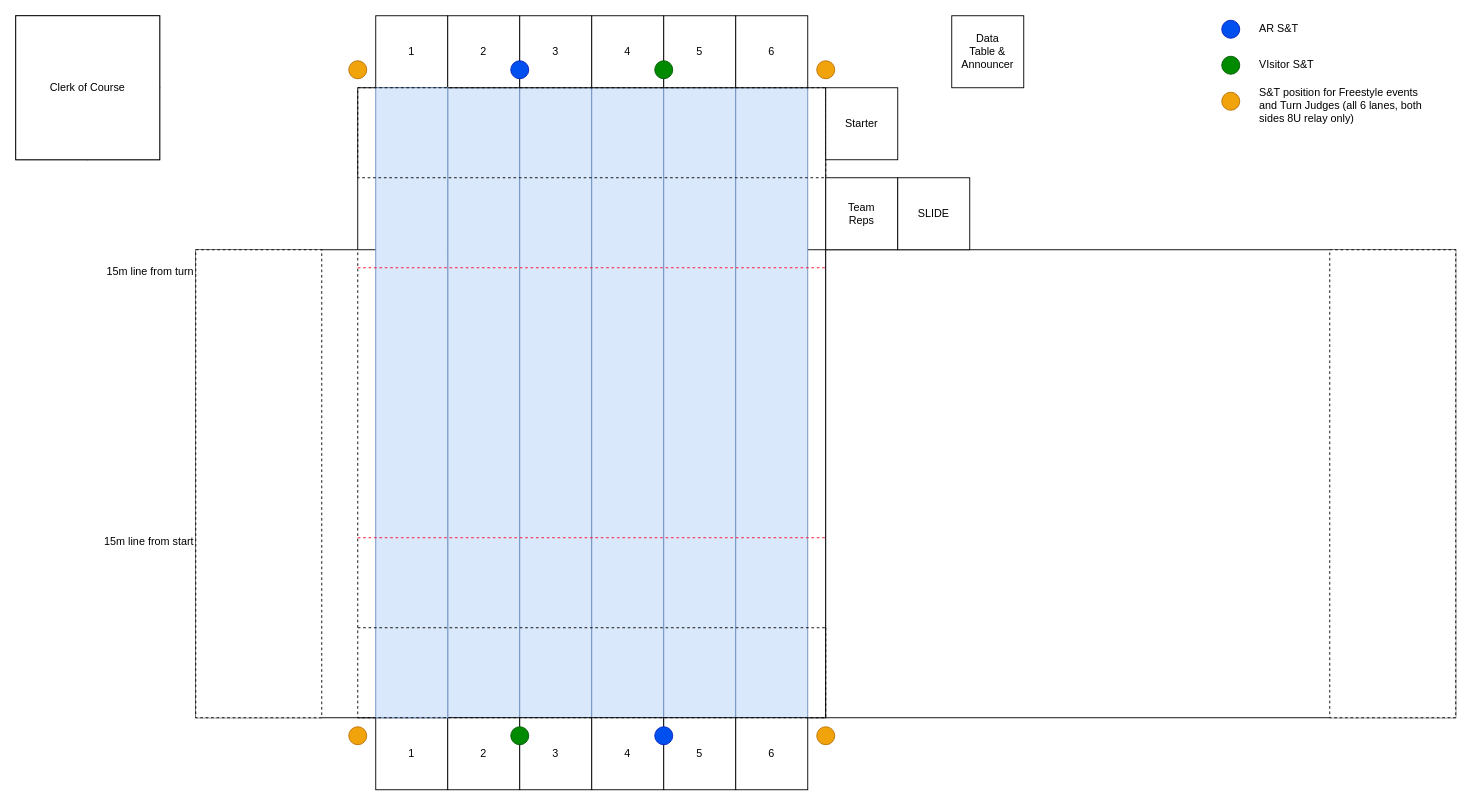
Above: images/competition-pool.drawio in dbadrak/adelphi-dolphins (draw.io), before the change. Source tidied: cells renumbered, new cells numbered last; positions are measured from the earlier drawing's top-left corner, leaving out a move shared by most shapes. Both pictures are drawn from the tidied source at 90%, with x=0, y=0 at pixel (15, -102).
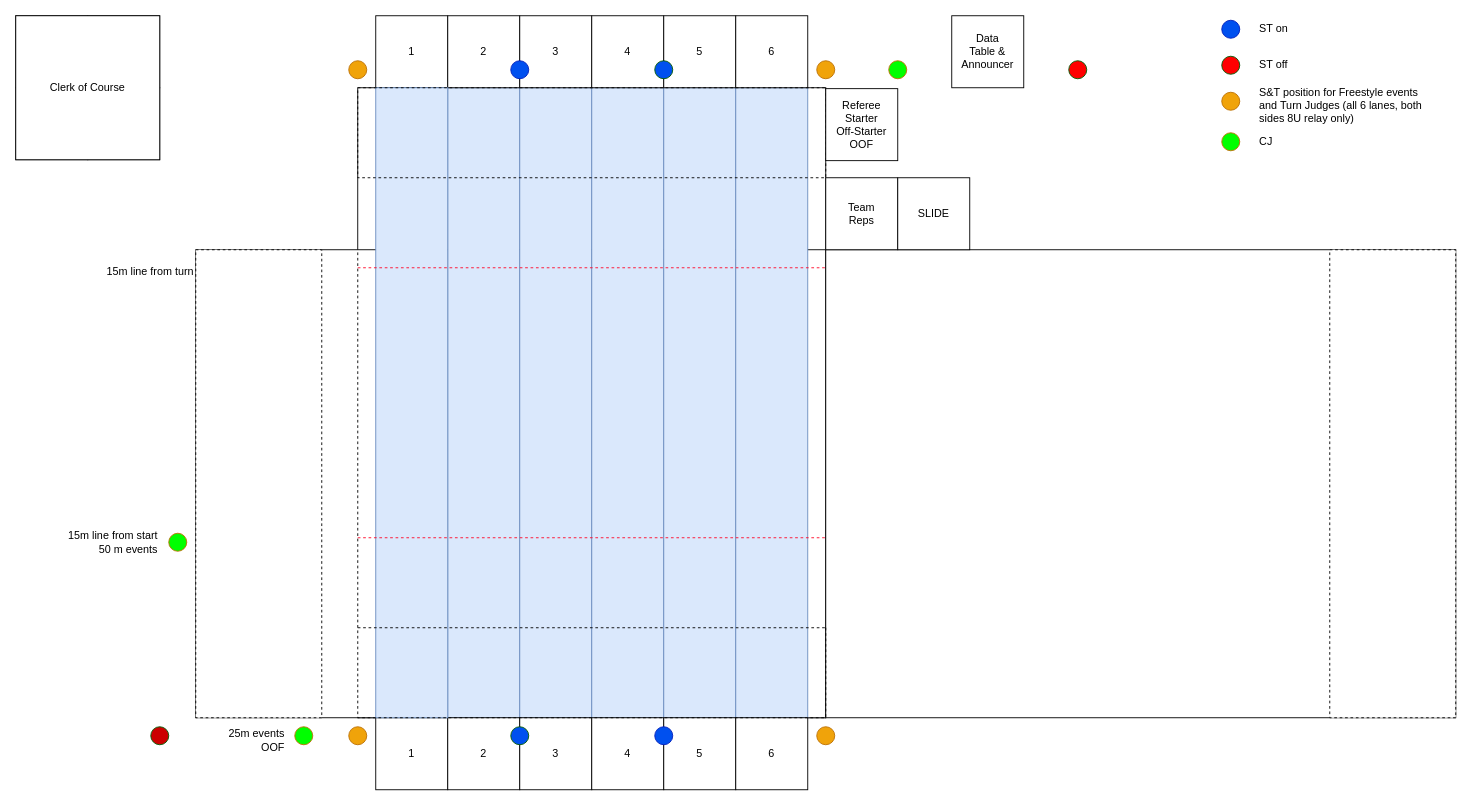
Above is the later version.

What changed in the source:
```diff
@@
-    <mxCell id="31" value="Starter" style="whiteSpace=wrap;html=1;" parent="1" vertex="1">
-      <mxGeometry x="900" y="210" width="80" height="80" as="geometry" />
+    <mxCell id="31" value="Referee&lt;br&gt;Starter&lt;br&gt;Off-Starter&lt;br&gt;OOF" style="whiteSpace=wrap;html=1;" parent="1" vertex="1">
+      <mxGeometry x="900" y="211" width="80" height="80" as="geometry" />
     </mxCell>
@@
-    <mxCell id="39" value="15m line from start" style="text;html=1;align=right;verticalAlign=middle;whiteSpace=wrap;rounded=0;" parent="1" vertex="1">
-      <mxGeometry x="70" y="700" width="130" height="30" as="geometry" />
+    <mxCell id="39" value="15m line from start&lt;div&gt;50 m events&lt;/div&gt;" style="text;html=1;align=right;verticalAlign=middle;whiteSpace=wrap;rounded=0;" parent="1" vertex="1">
+      <mxGeometry x="30" y="700" width="130" height="30" as="geometry" />
     </mxCell>
@@
-    <mxCell id="42" style="ellipse;whiteSpace=wrap;html=1;fillColor=#008a00;fontColor=#ffffff;strokeColor=#005700;" parent="1" vertex="1">
+    <mxCell id="42" style="ellipse;whiteSpace=wrap;html=1;fillColor=#0050EF;fontColor=#ffffff;strokeColor=#005700;" parent="1" vertex="1">
       <mxGeometry x="710" y="180" width="20" height="20" as="geometry" />
     </mxCell>
@@
-    <mxCell id="44" style="ellipse;whiteSpace=wrap;html=1;fillColor=#008a00;fontColor=#ffffff;strokeColor=#005700;" parent="1" vertex="1">
+    <mxCell id="44" style="ellipse;whiteSpace=wrap;html=1;fillColor=#0050EF;fontColor=#ffffff;strokeColor=#005700;" parent="1" vertex="1">
       <mxGeometry x="550" y="920" width="20" height="20" as="geometry" />
     </mxCell>
@@
-    <mxCell id="51" style="ellipse;whiteSpace=wrap;html=1;fillColor=#008a00;fontColor=#ffffff;strokeColor=#005700;" parent="1" vertex="1">
-      <mxGeometry x="1340" y="175" width="20" height="20" as="geometry" />
+    <mxCell id="51" style="ellipse;whiteSpace=wrap;html=1;fillColor=#FF0000;fontColor=#ffffff;strokeColor=#005700;" parent="1" vertex="1">
+      <mxGeometry x="1170" y="180" width="20" height="20" as="geometry" />
     </mxCell>
-    <mxCell id="52" value="AR S&amp;amp;T" style="text;html=1;align=left;verticalAlign=middle;whiteSpace=wrap;rounded=0;" parent="1" vertex="1">
+    <mxCell id="52" value="ST on" style="text;html=1;align=left;verticalAlign=middle;whiteSpace=wrap;rounded=0;" parent="1" vertex="1">
       <mxGeometry x="1380" y="130" width="130" height="30" as="geometry" />
     </mxCell>
-    <mxCell id="53" value="VIsitor S&amp;amp;T" style="text;html=1;align=left;verticalAlign=middle;whiteSpace=wrap;rounded=0;" parent="1" vertex="1">
+    <mxCell id="53" value="ST off" style="text;html=1;align=left;verticalAlign=middle;whiteSpace=wrap;rounded=0;" parent="1" vertex="1">
       <mxGeometry x="1380" y="170" width="130" height="30" as="geometry" />
     </mxCell>
@@
+    <mxCell id="55" style="ellipse;whiteSpace=wrap;html=1;fillColor=#CC0000;fontColor=#ffffff;strokeColor=#005700;" parent="1" vertex="1">
+      <mxGeometry x="150" y="920" width="20" height="20" as="geometry" />
+    </mxCell>
+    <mxCell id="56" style="ellipse;whiteSpace=wrap;html=1;fillColor=#FF0000;fontColor=#ffffff;strokeColor=#005700;" parent="1" vertex="1">
+      <mxGeometry x="1340" y="175" width="20" height="20" as="geometry" />
+    </mxCell>
+    <mxCell id="57" style="ellipse;whiteSpace=wrap;html=1;fillColor=#00FF00;fontColor=#000000;strokeColor=#BD7000;" parent="1" vertex="1">
+      <mxGeometry x="1340" y="260" width="20" height="20" as="geometry" />
+    </mxCell>
+    <mxCell id="58" value="CJ" style="text;html=1;align=left;verticalAlign=middle;whiteSpace=wrap;rounded=0;" parent="1" vertex="1">
+      <mxGeometry x="1380" y="255" width="130" height="30" as="geometry" />
+    </mxCell>
+    <mxCell id="59" style="ellipse;whiteSpace=wrap;html=1;fillColor=#00FF00;fontColor=#000000;strokeColor=#BD7000;" parent="1" vertex="1">
+      <mxGeometry x="310" y="920" width="20" height="20" as="geometry" />
+    </mxCell>
+    <mxCell id="60" style="ellipse;whiteSpace=wrap;html=1;fillColor=#00FF00;fontColor=#000000;strokeColor=#BD7000;" parent="1" vertex="1">
+      <mxGeometry x="970" y="180" width="20" height="20" as="geometry" />
+    </mxCell>
+    <mxCell id="61" style="ellipse;whiteSpace=wrap;html=1;fillColor=#00FF00;fontColor=#000000;strokeColor=#BD7000;" parent="1" vertex="1">
+      <mxGeometry x="170" y="705" width="20" height="20" as="geometry" />
+    </mxCell>
+    <mxCell id="62" value="25m events&lt;br&gt;OOF" style="text;html=1;align=right;verticalAlign=middle;whiteSpace=wrap;rounded=0;" parent="1" vertex="1">
+      <mxGeometry x="171" y="910" width="130" height="50" as="geometry" />
+    </mxCell>
```
